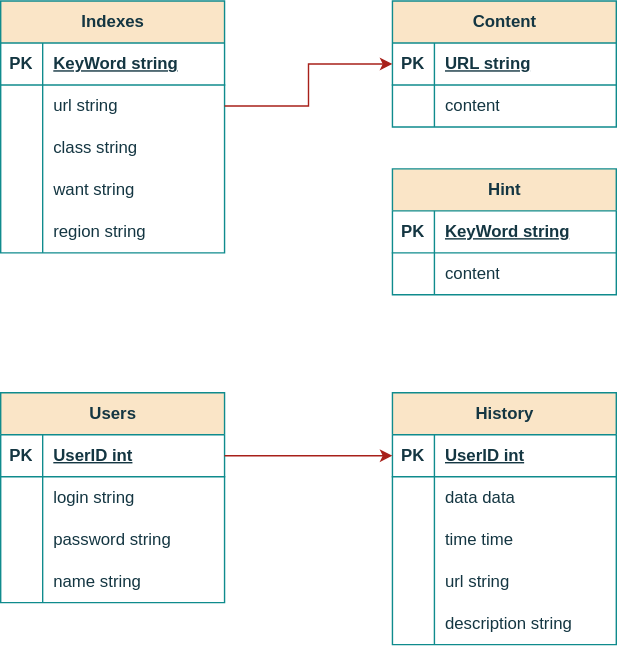
This is img/DBchart.drawio.svg from AlfaIV/TP_highload, a draw.io export, as it was before one commit. Source tidied: cells renumbered, new cells last; positions are measured from the earlier drawing's top-left corner, leaving out a move shared by most shapes.
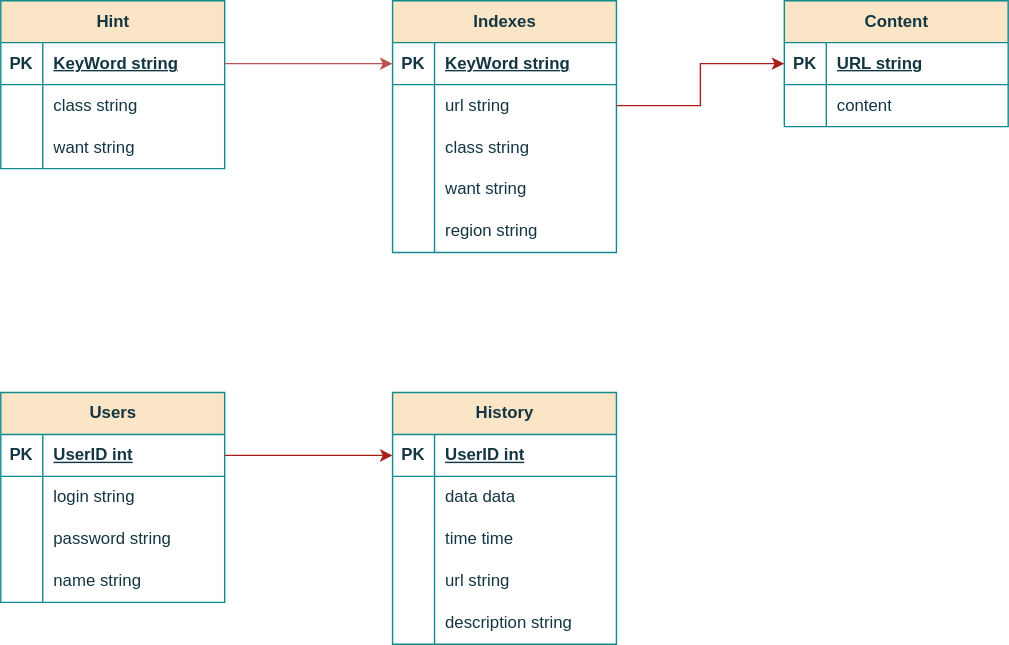
After the change.

Commit message:
Добавление желаемого DBchart.drawio.svg

Diff of the diagram source:
```diff
@@ -3,7 +3,7 @@
     <mxCell id="0" />
     <mxCell id="1" parent="0" />
     <mxCell id="2" value="Indexes" style="shape=table;startSize=30;rowLines=0;fontStyle=1;align=center;html=1;labelBackgroundColor=none;fillColor=#FAE5C7;strokeColor=#0F8B8D;fontColor=#143642;" parent="1" vertex="1">
-      <mxGeometry width="160" height="180" as="geometry" />
+      <mxGeometry x="280" width="160" height="180" as="geometry" />
     </mxCell>
     <mxCell id="3" style="shape=tableRow;horizontal=0;startSize=0;swimlaneHead=0;swimlaneBody=0;fillColor=none;points=[[0,0.5],[1,0.5]];portConstraint=eastwest;top=0;left=0;right=0;bottom=1;labelBackgroundColor=none;strokeColor=#0F8B8D;fontColor=#143642;" parent="2" vertex="1">
       <mxGeometry y="30" width="160" height="30" as="geometry" />
@@ -141,7 +141,7 @@
       <mxGeometry relative="1" as="geometry" />
     </mxCell>
     <mxCell id="48" value="Content" style="shape=table;startSize=30;rowLines=0;fontStyle=1;align=center;html=1;labelBackgroundColor=none;fillColor=#FAE5C7;strokeColor=#0F8B8D;fontColor=#143642;" parent="1" vertex="1">
-      <mxGeometry x="280" width="160" height="90" as="geometry" />
+      <mxGeometry x="560" width="160" height="90" as="geometry" />
     </mxCell>
     <mxCell id="49" style="shape=tableRow;horizontal=0;startSize=0;swimlaneHead=0;swimlaneBody=0;fillColor=none;points=[[0,0.5],[1,0.5]];portConstraint=eastwest;top=0;left=0;right=0;bottom=1;labelBackgroundColor=none;strokeColor=#0F8B8D;fontColor=#143642;" parent="48" vertex="1">
       <mxGeometry y="30" width="160" height="30" as="geometry" />
@@ -165,7 +165,7 @@
       <mxGeometry relative="1" as="geometry" />
     </mxCell>
     <mxCell id="56" style="shape=tableRow;horizontal=0;startSize=0;swimlaneHead=0;swimlaneBody=0;fillColor=none;top=0;left=0;right=0;bottom=0;labelBackgroundColor=none;strokeColor=#0F8B8D;fontColor=#143642;" parent="1" vertex="1">
-      <mxGeometry y="90" width="160" height="30" as="geometry" />
+      <mxGeometry x="200" y="90" width="160" height="30" as="geometry" />
     </mxCell>
     <mxCell id="57" style="shape=partialRectangle;fillColor=none;top=0;left=0;bottom=0;right=0;overflow=hidden;whiteSpace=wrap;html=1;labelBackgroundColor=none;strokeColor=#0F8B8D;fontColor=#143642;" parent="56" vertex="1">
       <mxGeometry width="30" height="30" as="geometry" />
@@ -177,13 +177,13 @@
       <mxGeometry width="30" height="30" as="geometry" />
     </mxCell>
     <mxCell id="60" style="shape=tableRow;horizontal=0;startSize=0;swimlaneHead=0;swimlaneBody=0;fillColor=none;top=0;left=0;right=0;bottom=0;swimlaneLine=1;perimeterSpacing=0;strokeWidth=1;swimlaneFillColor=none;labelBackgroundColor=none;strokeColor=#0F8B8D;fontColor=#143642;" parent="1" vertex="1">
-      <mxGeometry y="90" width="160" height="30" as="geometry" />
+      <mxGeometry x="200" y="90" width="160" height="30" as="geometry" />
     </mxCell>
     <mxCell id="61" style="shape=partialRectangle;fillColor=none;top=0;left=0;bottom=0;right=0;overflow=hidden;whiteSpace=wrap;html=1;labelBackgroundColor=none;strokeColor=#0F8B8D;fontColor=#143642;" parent="60" vertex="1">
       <mxGeometry width="30" height="30" as="geometry" />
     </mxCell>
     <mxCell id="62" value="Hint" style="shape=table;startSize=30;rowLines=0;fontStyle=1;align=center;html=1;labelBackgroundColor=none;fillColor=#FAE5C7;strokeColor=#0F8B8D;fontColor=#143642;" parent="1" vertex="1">
-      <mxGeometry x="280" y="120" width="160" height="90" as="geometry" />
+      <mxGeometry width="160" height="120" as="geometry" />
     </mxCell>
     <mxCell id="63" style="shape=tableRow;horizontal=0;startSize=0;swimlaneHead=0;swimlaneBody=0;fillColor=none;points=[[0,0.5],[1,0.5]];portConstraint=eastwest;top=0;left=0;right=0;bottom=1;labelBackgroundColor=none;strokeColor=#0F8B8D;fontColor=#143642;" parent="62" vertex="1">
       <mxGeometry y="30" width="160" height="30" as="geometry" />
@@ -200,8 +200,20 @@
     <mxCell id="67" style="shape=partialRectangle;fillColor=none;top=0;left=0;bottom=0;right=0;overflow=hidden;whiteSpace=wrap;html=1;labelBackgroundColor=none;strokeColor=#0F8B8D;fontColor=#143642;" parent="66" vertex="1">
       <mxGeometry width="30" height="30" as="geometry" />
     </mxCell>
-    <mxCell id="68" value="content" style="shape=partialRectangle;fillColor=none;top=0;left=0;bottom=0;right=0;align=left;spacingLeft=6;overflow=hidden;whiteSpace=wrap;html=1;labelBackgroundColor=none;strokeColor=#0F8B8D;fontColor=#143642;" parent="66" vertex="1">
+    <mxCell id="68" value="class string" style="shape=partialRectangle;fillColor=none;top=0;left=0;bottom=0;right=0;align=left;spacingLeft=6;overflow=hidden;whiteSpace=wrap;html=1;labelBackgroundColor=none;strokeColor=#0F8B8D;fontColor=#143642;" parent="66" vertex="1">
       <mxGeometry x="30" width="130" height="30" as="geometry" />
     </mxCell>
+    <mxCell id="69" style="shape=tableRow;horizontal=0;startSize=0;swimlaneHead=0;swimlaneBody=0;fillColor=none;top=0;left=0;right=0;bottom=0;labelBackgroundColor=none;strokeColor=#0F8B8D;fontColor=#143642;" parent="62" vertex="1">
+      <mxGeometry y="90" width="160" height="30" as="geometry" />
+    </mxCell>
+    <mxCell id="70" style="shape=partialRectangle;fillColor=none;top=0;left=0;bottom=0;right=0;overflow=hidden;whiteSpace=wrap;html=1;labelBackgroundColor=none;strokeColor=#0F8B8D;fontColor=#143642;" parent="69" vertex="1">
+      <mxGeometry width="30" height="30" as="geometry" />
+    </mxCell>
+    <mxCell id="71" value="want string" style="shape=partialRectangle;fillColor=none;top=0;left=0;bottom=0;right=0;align=left;spacingLeft=6;overflow=hidden;whiteSpace=wrap;html=1;labelBackgroundColor=none;strokeColor=#0F8B8D;fontColor=#143642;" parent="69" vertex="1">
+      <mxGeometry x="30" width="130" height="30" as="geometry" />
+    </mxCell>
+    <mxCell id="72" style="edgeStyle=orthogonalEdgeStyle;rounded=0;jettySize=auto;html=1;entryX=0;entryY=0.5;entryDx=0;entryDy=0;fillColor=#f8cecc;strokeColor=#b85450;" parent="1" edge="1" source="63" target="3">
+      <mxGeometry relative="1" as="geometry" />
+    </mxCell>
   </root>
 </mxGraphModel>
```
